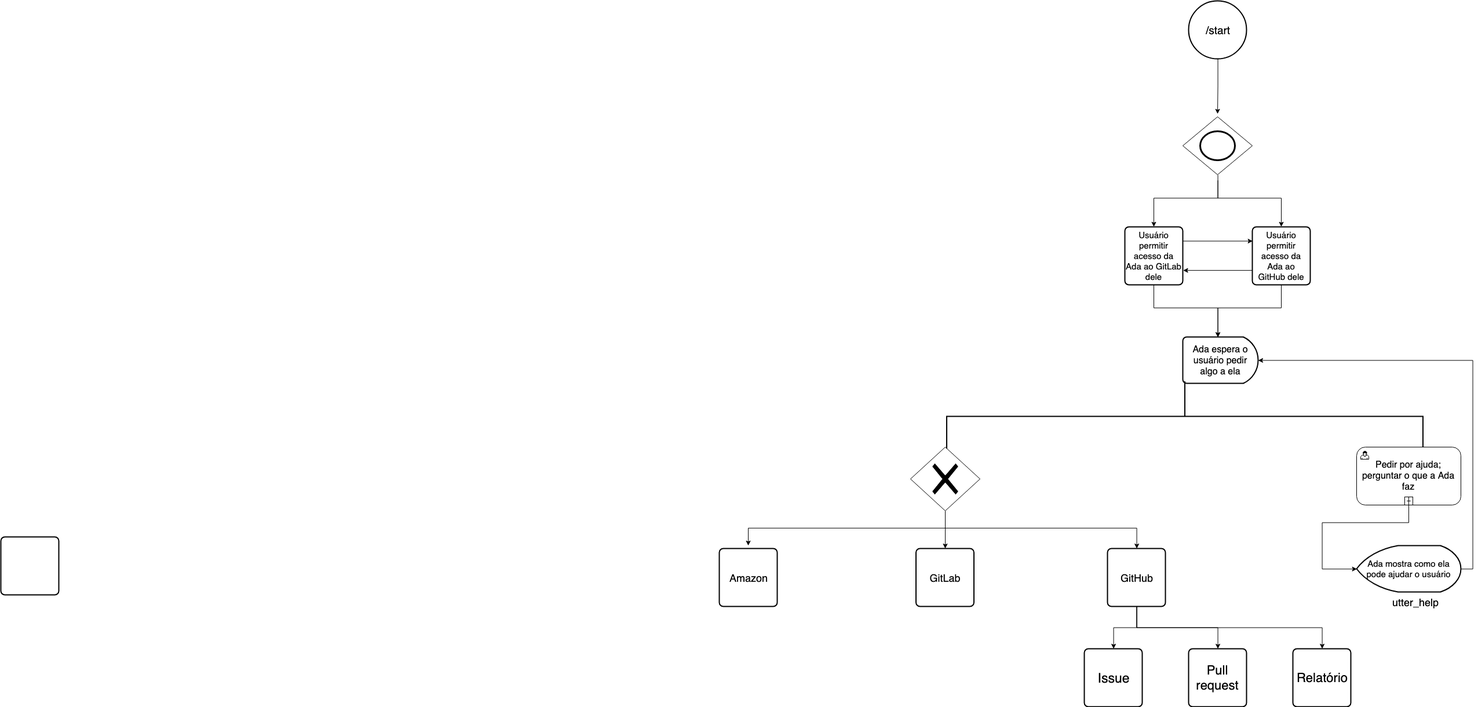
Above: mapeamento_de_conversa_com_Ada.png in fga-eps-mds/2019.1-ADA (draw.io), before the change. Source tidied: cells renumbered, new cells last; positions are measured from the earlier drawing's top-left corner, leaving out a move shared by most shapes.
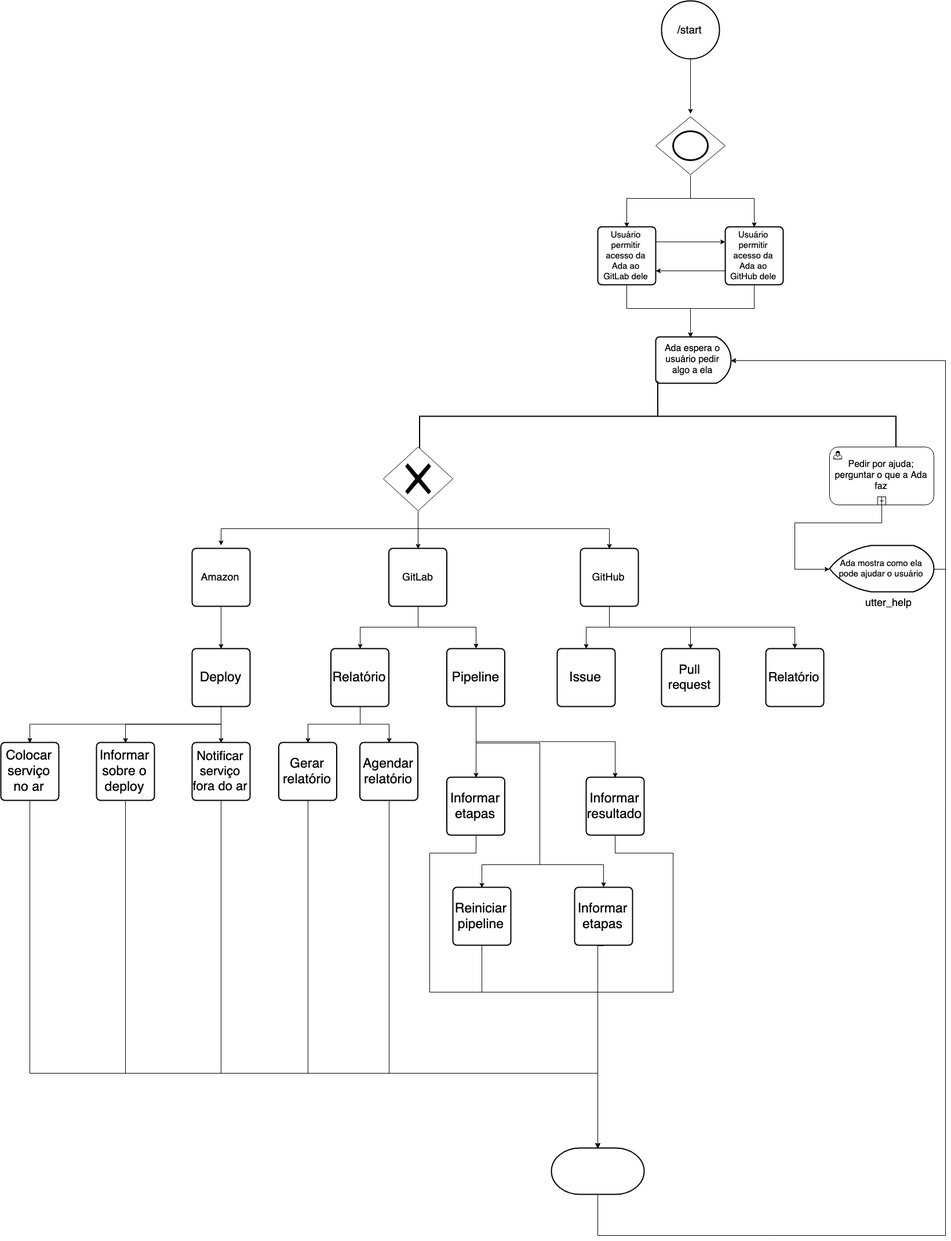
Later version of the same file.

Commit message:
#155 update conversation mapping

Diff of the diagram source:
```diff
@@ -133,12 +133,18 @@
     <mxCell id="29" value="&lt;font style=&quot;font-size: 18px&quot;&gt;GitHub&lt;/font&gt;" style="rounded=1;whiteSpace=wrap;html=1;absoluteArcSize=1;arcSize=14;strokeWidth=2;" parent="1" vertex="1">
       <mxGeometry x="1910" y="945" width="100" height="100" as="geometry" />
     </mxCell>
+    <mxCell id="36" style="edgeStyle=orthogonalEdgeStyle;rounded=0;jettySize=auto;html=1;exitX=0.5;exitY=1;exitDx=0;exitDy=0;entryX=0.5;entryY=0;entryDx=0;entryDy=0;" parent="1" edge="1" source="30" target="41">
+      <mxGeometry relative="1" as="geometry" />
+    </mxCell>
+    <mxCell id="37" style="edgeStyle=orthogonalEdgeStyle;rounded=0;jettySize=auto;html=1;exitX=0.5;exitY=1;exitDx=0;exitDy=0;" parent="1" edge="1" source="30" target="46">
+      <mxGeometry relative="1" as="geometry" />
+    </mxCell>
     <mxCell id="30" value="&lt;font style=&quot;font-size: 18px&quot;&gt;GitLab&lt;/font&gt;" style="rounded=1;whiteSpace=wrap;html=1;absoluteArcSize=1;arcSize=14;strokeWidth=2;" parent="1" vertex="1">
       <mxGeometry x="1579.5" y="945" width="100" height="100" as="geometry" />
     </mxCell>
-    <mxCell id="31" style="rounded=1;whiteSpace=wrap;html=1;absoluteArcSize=1;arcSize=14;strokeWidth=2;" parent="1" vertex="1">
-      <mxGeometry y="925" width="100" height="100" as="geometry" />
-    </mxCell>
+    <mxCell id="38" style="edgeStyle=orthogonalEdgeStyle;rounded=0;jettySize=auto;html=1;exitX=0.5;exitY=1;exitDx=0;exitDy=0;entryX=0.5;entryY=0;entryDx=0;entryDy=0;" parent="1" edge="1" source="32" target="50">
+      <mxGeometry relative="1" as="geometry" />
+    </mxCell>
     <mxCell id="32" value="&lt;font style=&quot;font-size: 18px&quot;&gt;Amazon&lt;/font&gt;" style="rounded=1;whiteSpace=wrap;html=1;absoluteArcSize=1;arcSize=14;strokeWidth=2;" parent="1" vertex="1">
       <mxGeometry x="1240" y="945" width="100" height="100" as="geometry" />
     </mxCell>
@@ -151,5 +157,170 @@
     <mxCell id="35" value="&lt;font style=&quot;font-size: 23px&quot;&gt;Issue&lt;/font&gt;" style="rounded=1;whiteSpace=wrap;html=1;absoluteArcSize=1;arcSize=14;strokeWidth=2;" parent="1" vertex="1">
       <mxGeometry x="1870" y="1118" width="100" height="100" as="geometry" />
     </mxCell>
+    <mxCell id="39" style="edgeStyle=orthogonalEdgeStyle;rounded=0;jettySize=auto;html=1;exitX=0.5;exitY=1;exitDx=0;exitDy=0;entryX=0.5;entryY=0;entryDx=0;entryDy=0;" parent="1" edge="1" source="41" target="60">
+      <mxGeometry relative="1" as="geometry" />
+    </mxCell>
+    <mxCell id="40" style="edgeStyle=orthogonalEdgeStyle;rounded=0;jettySize=auto;html=1;exitX=0.5;exitY=1;exitDx=0;exitDy=0;entryX=0.5;entryY=0;entryDx=0;entryDy=0;" parent="1" edge="1" source="41" target="62">
+      <mxGeometry relative="1" as="geometry" />
+    </mxCell>
+    <mxCell id="41" value="&lt;font style=&quot;font-size: 23px&quot;&gt;Relatório&lt;/font&gt;" style="rounded=1;whiteSpace=wrap;html=1;absoluteArcSize=1;arcSize=14;strokeWidth=2;" parent="1" vertex="1">
+      <mxGeometry x="1479.5" y="1118" width="100" height="100" as="geometry" />
+    </mxCell>
+    <mxCell id="42" style="edgeStyle=orthogonalEdgeStyle;rounded=0;jettySize=auto;html=1;exitX=0.5;exitY=1;exitDx=0;exitDy=0;entryX=0.5;entryY=0;entryDx=0;entryDy=0;" parent="1" edge="1" source="46" target="64">
+      <mxGeometry relative="1" as="geometry" />
+    </mxCell>
+    <mxCell id="43" style="edgeStyle=orthogonalEdgeStyle;rounded=0;jettySize=auto;html=1;exitX=0.5;exitY=1;exitDx=0;exitDy=0;entryX=0.5;entryY=0;entryDx=0;entryDy=0;" parent="1" edge="1" source="46" target="66">
+      <mxGeometry relative="1" as="geometry" />
+    </mxCell>
+    <mxCell id="44" style="edgeStyle=orthogonalEdgeStyle;rounded=0;jettySize=auto;html=1;exitX=0.5;exitY=1;exitDx=0;exitDy=0;entryX=0.5;entryY=0;entryDx=0;entryDy=0;" parent="1" edge="1" source="46" target="68">
+      <mxGeometry relative="1" as="geometry">
+        <Array as="points">
+          <mxPoint x="1729" y="1280" />
+          <mxPoint x="1841" y="1280" />
+          <mxPoint x="1841" y="1490" />
+          <mxPoint x="1741" y="1490" />
+        </Array>
+      </mxGeometry>
+    </mxCell>
+    <mxCell id="45" style="edgeStyle=orthogonalEdgeStyle;rounded=0;jettySize=auto;html=1;exitX=0.5;exitY=1;exitDx=0;exitDy=0;" parent="1" edge="1" source="46" target="70">
+      <mxGeometry relative="1" as="geometry">
+        <Array as="points">
+          <mxPoint x="1729" y="1280" />
+          <mxPoint x="1841" y="1280" />
+          <mxPoint x="1841" y="1490" />
+          <mxPoint x="1951" y="1490" />
+        </Array>
+      </mxGeometry>
+    </mxCell>
+    <mxCell id="46" value="&lt;font style=&quot;font-size: 23px&quot;&gt;Pipeline&lt;/font&gt;" style="rounded=1;whiteSpace=wrap;html=1;absoluteArcSize=1;arcSize=14;strokeWidth=2;" parent="1" vertex="1">
+      <mxGeometry x="1679.5" y="1118" width="100" height="100" as="geometry" />
+    </mxCell>
+    <mxCell id="47" style="edgeStyle=orthogonalEdgeStyle;rounded=0;jettySize=auto;html=1;exitX=0.5;exitY=1;exitDx=0;exitDy=0;entryX=0.5;entryY=0;entryDx=0;entryDy=0;" parent="1" edge="1" source="50" target="56">
+      <mxGeometry relative="1" as="geometry" />
+    </mxCell>
+    <mxCell id="48" style="edgeStyle=orthogonalEdgeStyle;rounded=0;jettySize=auto;html=1;exitX=0.5;exitY=1;exitDx=0;exitDy=0;entryX=0.5;entryY=0;entryDx=0;entryDy=0;" parent="1" edge="1" source="50" target="54">
+      <mxGeometry relative="1" as="geometry" />
+    </mxCell>
+    <mxCell id="49" style="edgeStyle=orthogonalEdgeStyle;rounded=0;jettySize=auto;html=1;exitX=0.5;exitY=1;exitDx=0;exitDy=0;entryX=0.5;entryY=0;entryDx=0;entryDy=0;" parent="1" edge="1" source="50" target="52">
+      <mxGeometry relative="1" as="geometry" />
+    </mxCell>
+    <mxCell id="50" value="&lt;font style=&quot;font-size: 23px&quot;&gt;Deploy&lt;/font&gt;" style="rounded=1;whiteSpace=wrap;html=1;absoluteArcSize=1;arcSize=14;strokeWidth=2;" parent="1" vertex="1">
+      <mxGeometry x="1240" y="1118" width="100" height="100" as="geometry" />
+    </mxCell>
+    <mxCell id="51" style="edgeStyle=orthogonalEdgeStyle;rounded=0;jettySize=auto;html=1;exitX=0.5;exitY=1;exitDx=0;exitDy=0;" parent="1" edge="1" source="52" target="58">
+      <mxGeometry relative="1" as="geometry">
+        <Array as="points">
+          <mxPoint x="961" y="1850" />
+          <mxPoint x="1941" y="1850" />
+        </Array>
+      </mxGeometry>
+    </mxCell>
+    <mxCell id="52" value="&lt;font style=&quot;font-size: 23px&quot;&gt;Colocar serviço no ar&lt;br&gt;&lt;/font&gt;" style="rounded=1;whiteSpace=wrap;html=1;absoluteArcSize=1;arcSize=14;strokeWidth=2;" parent="1" vertex="1">
+      <mxGeometry x="910" y="1280" width="100" height="100" as="geometry" />
+    </mxCell>
+    <mxCell id="53" style="edgeStyle=orthogonalEdgeStyle;rounded=0;jettySize=auto;html=1;exitX=0.5;exitY=1;exitDx=0;exitDy=0;entryX=0.5;entryY=0;entryDx=0;entryDy=0;entryPerimeter=0;" parent="1" edge="1" source="54" target="58">
+      <mxGeometry relative="1" as="geometry">
+        <Array as="points">
+          <mxPoint x="1125" y="1850" />
+          <mxPoint x="1941" y="1850" />
+        </Array>
+      </mxGeometry>
+    </mxCell>
+    <mxCell id="54" value="&lt;font style=&quot;font-size: 23px&quot;&gt;Informar sobre o deploy&lt;/font&gt;" style="rounded=1;whiteSpace=wrap;html=1;absoluteArcSize=1;arcSize=14;strokeWidth=2;" parent="1" vertex="1">
+      <mxGeometry x="1075" y="1280" width="100" height="100" as="geometry" />
+    </mxCell>
+    <mxCell id="55" style="edgeStyle=orthogonalEdgeStyle;rounded=0;jettySize=auto;html=1;exitX=0.5;exitY=1;exitDx=0;exitDy=0;" parent="1" edge="1" source="56" target="58">
+      <mxGeometry relative="1" as="geometry">
+        <Array as="points">
+          <mxPoint x="1291" y="1850" />
+          <mxPoint x="1941" y="1850" />
+        </Array>
+      </mxGeometry>
+    </mxCell>
+    <mxCell id="56" value="&lt;font style=&quot;font-size: 22px&quot;&gt;Notificar serviço fora do ar&lt;/font&gt;" style="rounded=1;whiteSpace=wrap;html=1;absoluteArcSize=1;arcSize=14;strokeWidth=2;" parent="1" vertex="1">
+      <mxGeometry x="1240" y="1280" width="100" height="100" as="geometry" />
+    </mxCell>
+    <mxCell id="57" style="edgeStyle=orthogonalEdgeStyle;rounded=0;jettySize=auto;html=1;exitX=0.5;exitY=1;exitDx=0;exitDy=0;exitPerimeter=0;entryX=1;entryY=0.5;entryDx=0;entryDy=0;entryPerimeter=0;" parent="1" edge="1" source="58" target="13">
+      <mxGeometry relative="1" as="geometry">
+        <Array as="points">
+          <mxPoint x="1941" y="2130" />
+          <mxPoint x="2541" y="2130" />
+          <mxPoint x="2541" y="621" />
+          <mxPoint x="2171" y="621" />
+        </Array>
+      </mxGeometry>
+    </mxCell>
+    <mxCell id="58" style="strokeWidth=2;html=1;shape=mxgraph.flowchart.terminator;whiteSpace=wrap;" parent="1" vertex="1">
+      <mxGeometry x="1860" y="1980" width="160" height="80" as="geometry" />
+    </mxCell>
+    <mxCell id="59" style="edgeStyle=orthogonalEdgeStyle;rounded=0;jettySize=auto;html=1;exitX=0.5;exitY=1;exitDx=0;exitDy=0;entryX=0.5;entryY=0;entryDx=0;entryDy=0;entryPerimeter=0;" parent="1" edge="1" source="60" target="58">
+      <mxGeometry relative="1" as="geometry">
+        <Array as="points">
+          <mxPoint x="1439" y="1850" />
+          <mxPoint x="1941" y="1850" />
+        </Array>
+      </mxGeometry>
+    </mxCell>
+    <mxCell id="60" value="&lt;font style=&quot;font-size: 23px&quot;&gt;Gerar relatório&lt;/font&gt;" style="rounded=1;whiteSpace=wrap;html=1;absoluteArcSize=1;arcSize=14;strokeWidth=2;" parent="1" vertex="1">
+      <mxGeometry x="1389.5" y="1280" width="100" height="100" as="geometry" />
+    </mxCell>
+    <mxCell id="61" style="edgeStyle=orthogonalEdgeStyle;rounded=0;jettySize=auto;html=1;exitX=0.5;exitY=1;exitDx=0;exitDy=0;" parent="1" edge="1" source="62" target="58">
+      <mxGeometry relative="1" as="geometry">
+        <Array as="points">
+          <mxPoint x="1579" y="1850" />
+          <mxPoint x="1941" y="1850" />
+        </Array>
+      </mxGeometry>
+    </mxCell>
+    <mxCell id="62" value="&lt;font style=&quot;font-size: 23px&quot;&gt;Agendar relatório&lt;/font&gt;" style="rounded=1;whiteSpace=wrap;html=1;absoluteArcSize=1;arcSize=14;strokeWidth=2;" parent="1" vertex="1">
+      <mxGeometry x="1529.5" y="1280" width="100" height="100" as="geometry" />
+    </mxCell>
+    <mxCell id="63" style="edgeStyle=orthogonalEdgeStyle;rounded=0;jettySize=auto;html=1;exitX=0.5;exitY=1;exitDx=0;exitDy=0;" parent="1" edge="1" source="64" target="58">
+      <mxGeometry relative="1" as="geometry">
+        <Array as="points">
+          <mxPoint x="1729" y="1470" />
+          <mxPoint x="1651" y="1470" />
+          <mxPoint x="1651" y="1710" />
+          <mxPoint x="1941" y="1710" />
+        </Array>
+      </mxGeometry>
+    </mxCell>
+    <mxCell id="64" value="&lt;font style=&quot;font-size: 23px&quot;&gt;Informar etapas&lt;/font&gt;" style="rounded=1;whiteSpace=wrap;html=1;absoluteArcSize=1;arcSize=14;strokeWidth=2;" parent="1" vertex="1">
+      <mxGeometry x="1679.5" y="1340" width="100" height="100" as="geometry" />
+    </mxCell>
+    <mxCell id="65" style="edgeStyle=orthogonalEdgeStyle;rounded=0;jettySize=auto;html=1;exitX=0.5;exitY=1;exitDx=0;exitDy=0;entryX=0.5;entryY=0;entryDx=0;entryDy=0;entryPerimeter=0;" parent="1" edge="1" source="66" target="58">
+      <mxGeometry relative="1" as="geometry">
+        <Array as="points">
+          <mxPoint x="1971" y="1470" />
+          <mxPoint x="2071" y="1470" />
+          <mxPoint x="2071" y="1710" />
+          <mxPoint x="1941" y="1710" />
+        </Array>
+      </mxGeometry>
+    </mxCell>
+    <mxCell id="66" value="&lt;font style=&quot;font-size: 23px&quot;&gt;Informar resultado&lt;/font&gt;" style="rounded=1;whiteSpace=wrap;html=1;absoluteArcSize=1;arcSize=14;strokeWidth=2;" parent="1" vertex="1">
+      <mxGeometry x="1920" y="1340" width="100" height="100" as="geometry" />
+    </mxCell>
+    <mxCell id="67" style="edgeStyle=orthogonalEdgeStyle;rounded=0;jettySize=auto;html=1;exitX=0.5;exitY=1;exitDx=0;exitDy=0;" parent="1" edge="1" source="68" target="58">
+      <mxGeometry relative="1" as="geometry">
+        <Array as="points">
+          <mxPoint x="1741" y="1710" />
+          <mxPoint x="1941" y="1710" />
+        </Array>
+      </mxGeometry>
+    </mxCell>
+    <mxCell id="68" value="&lt;font style=&quot;font-size: 23px&quot;&gt;Reiniciar pipeline&lt;/font&gt;" style="rounded=1;whiteSpace=wrap;html=1;absoluteArcSize=1;arcSize=14;strokeWidth=2;" parent="1" vertex="1">
+      <mxGeometry x="1690" y="1530" width="100" height="100" as="geometry" />
+    </mxCell>
+    <mxCell id="69" style="edgeStyle=orthogonalEdgeStyle;rounded=0;jettySize=auto;html=1;exitX=0.5;exitY=1;exitDx=0;exitDy=0;entryX=0.5;entryY=0;entryDx=0;entryDy=0;entryPerimeter=0;" parent="1" edge="1" source="70" target="58">
+      <mxGeometry relative="1" as="geometry">
+        <Array as="points">
+          <mxPoint x="1941" y="1630" />
+        </Array>
+      </mxGeometry>
+    </mxCell>
+    <mxCell id="70" value="&lt;font style=&quot;font-size: 23px&quot;&gt;Informar etapas&lt;/font&gt;" style="rounded=1;whiteSpace=wrap;html=1;absoluteArcSize=1;arcSize=14;strokeWidth=2;" parent="1" vertex="1">
+      <mxGeometry x="1900" y="1530" width="100" height="100" as="geometry" />
+    </mxCell>
   </root>
 </mxGraphModel>
```
